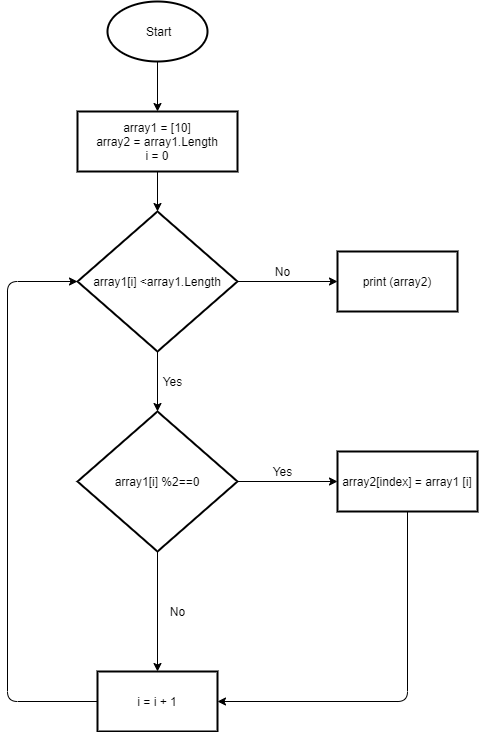
Before: Diagram_2.png, a diagram exported from draw.io (AlenaKovganko/C_Test). Source tidied: cells renumbered, new cells last; positions are measured from the earlier drawing's top-left corner, leaving out a move shared by most shapes.
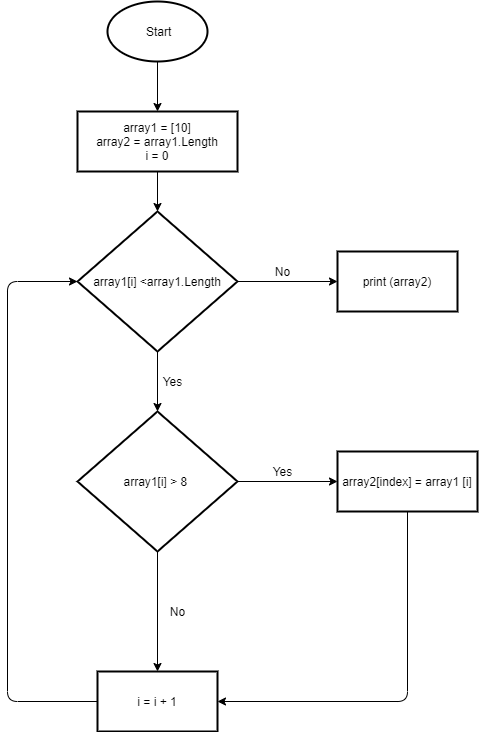
Above is the later version.

Commit message:
correct Diagram2.2

The edit, as a diff of the source:
```diff
@@ -40,7 +40,7 @@
     <mxCell id="13" style="edgeStyle=none;html=1;" parent="1" edge="1" source="14" target="20">
       <mxGeometry relative="1" as="geometry" />
     </mxCell>
-    <mxCell id="14" value="array1[i] %2==0" style="rhombus;whiteSpace=wrap;html=1;strokeWidth=2;" parent="1" vertex="1">
+    <mxCell id="14" value="array1[i] &amp;gt; 8&amp;nbsp;" style="rhombus;whiteSpace=wrap;html=1;strokeWidth=2;" parent="1" vertex="1">
       <mxGeometry x="70" y="410" width="160" height="140" as="geometry" />
     </mxCell>
     <mxCell id="15" value="Yes" style="text;html=1;align=center;verticalAlign=middle;strokeColor=none;" parent="1" vertex="1">
```
